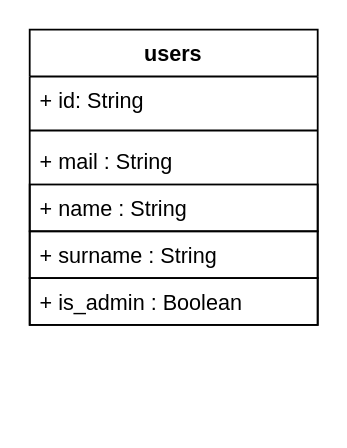
Earlier version of the draw.io diagram docs/database_tabels.drawio (mati2251/simple-authentication). Source tidied: cells renumbered, new cells numbered last; positions are measured from the earlier drawing's top-left corner, leaving out a move shared by most shapes. Both pictures are drawn from the tidied source at 180%, with x=0, y=0 at pixel (29, 29).
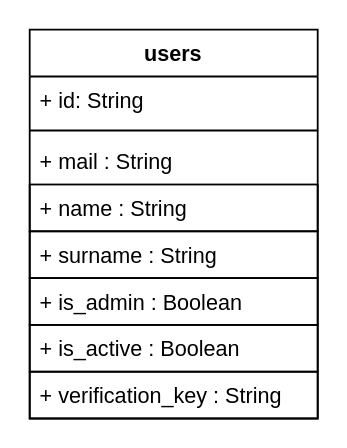
After the change.

Change to the diagram source:
```diff
@@
 <mxGraphModel>
   <root>
     <mxCell id="0" />
     <mxCell id="1" parent="0" />
     <mxCell id="2" value="users" style="swimlane;fontStyle=1;align=center;verticalAlign=top;horizontal=1;startSize=26;" parent="1" vertex="1">
-      <mxGeometry width="160" height="164" as="geometry" />
+      <mxGeometry width="160" height="216" as="geometry" />
     </mxCell>
     <mxCell id="3" value="+ id: String&#10;" style="text;strokeColor=none;fillColor=none;align=left;verticalAlign=top;spacingLeft=4;spacingRight=4;overflow=hidden;" parent="2" vertex="1">
       <mxGeometry y="26" width="160" height="26" as="geometry" />
     </mxCell>
     <mxCell id="4" style="line;strokeWidth=1;fillColor=none;align=left;verticalAlign=middle;spacingTop=-1;spacingLeft=3;spacingRight=3;labelPosition=right;" parent="2" vertex="1">
       <mxGeometry y="52" width="160" height="8" as="geometry" />
     </mxCell>
     <mxCell id="5" value="+ mail : String&#10;" style="text;strokeColor=none;fillColor=none;align=left;verticalAlign=top;spacingLeft=4;spacingRight=4;overflow=hidden;perimeterSpacing=3;" parent="2" vertex="1">
       <mxGeometry y="60" width="160" height="26" as="geometry" />
     </mxCell>
     <mxCell id="6" value="+ name : String&#10;" style="text;strokeColor=#000000;fillColor=none;align=left;verticalAlign=top;spacingLeft=4;spacingRight=4;overflow=hidden;" parent="2" vertex="1">
       <mxGeometry y="86" width="160" height="26" as="geometry" />
     </mxCell>
     <mxCell id="7" value="+ surname : String&#10;" style="text;strokeColor=#000000;fillColor=none;align=left;verticalAlign=top;spacingLeft=4;spacingRight=4;overflow=hidden;" parent="2" vertex="1">
       <mxGeometry y="112" width="160" height="26" as="geometry" />
     </mxCell>
     <mxCell id="8" value="+ is_admin : Boolean&#10;" style="text;strokeColor=#000000;fillColor=none;align=left;verticalAlign=top;spacingLeft=4;spacingRight=4;overflow=hidden;" parent="2" vertex="1">
       <mxGeometry y="138" width="160" height="26" as="geometry" />
     </mxCell>
+    <mxCell id="9" value="+ is_active : Boolean&#10;" style="text;strokeColor=#000000;fillColor=none;align=left;verticalAlign=top;spacingLeft=4;spacingRight=4;overflow=hidden;" parent="2" vertex="1">
+      <mxGeometry y="164" width="160" height="26" as="geometry" />
+    </mxCell>
+    <mxCell id="10" value="+ verification_key : String&#10;" style="text;strokeColor=#000000;fillColor=none;align=left;verticalAlign=top;spacingLeft=4;spacingRight=4;overflow=hidden;" parent="2" vertex="1">
+      <mxGeometry y="190" width="160" height="26" as="geometry" />
+    </mxCell>
   </root>
 </mxGraphModel>
```
